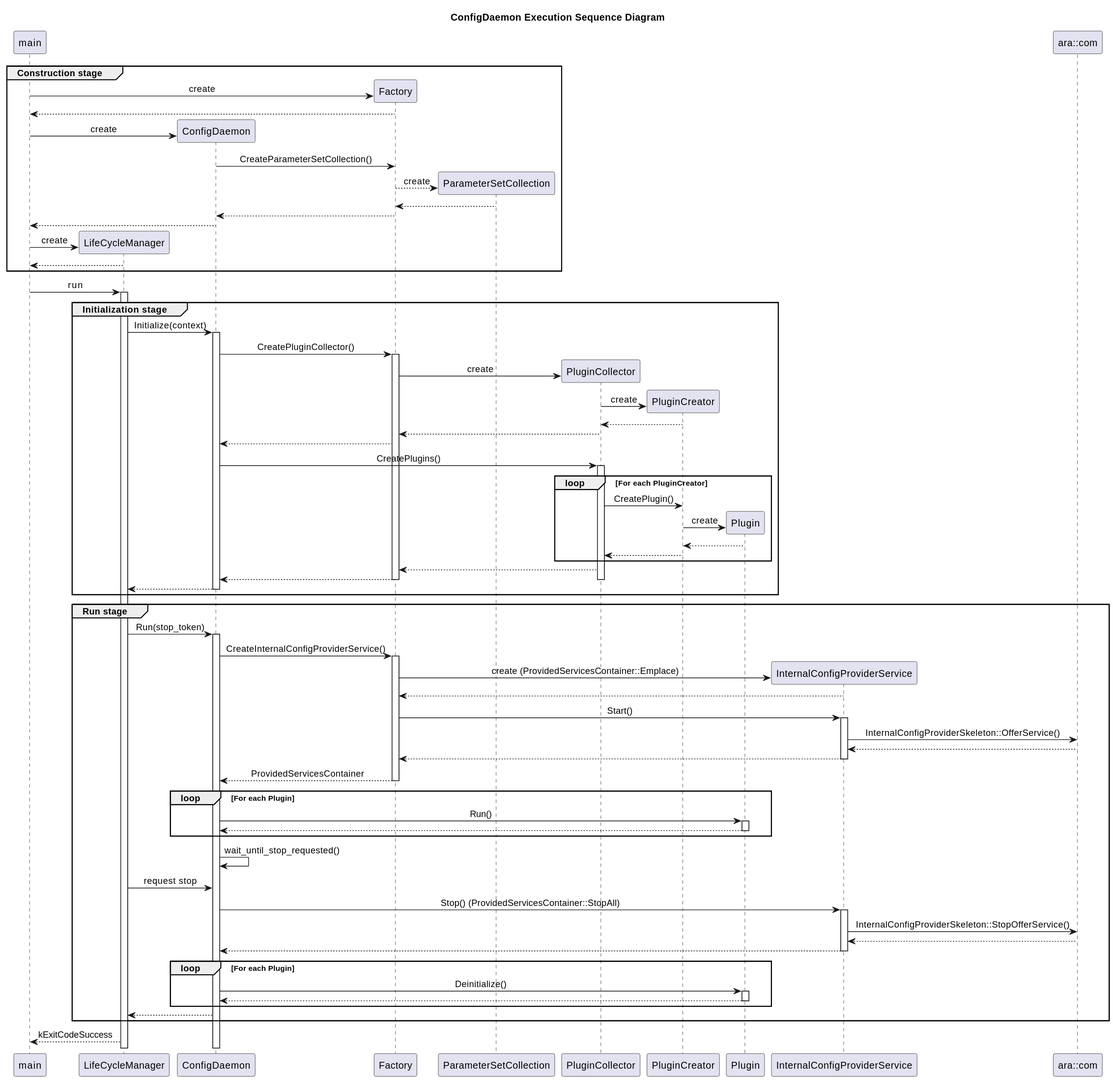
Earlier version of the PlantUML export score/config_management/config_daemon/detailed_design/sequence_diagrams/generated/svg/execution_sequence_diagram.svg (akritisingh1109/config_management).
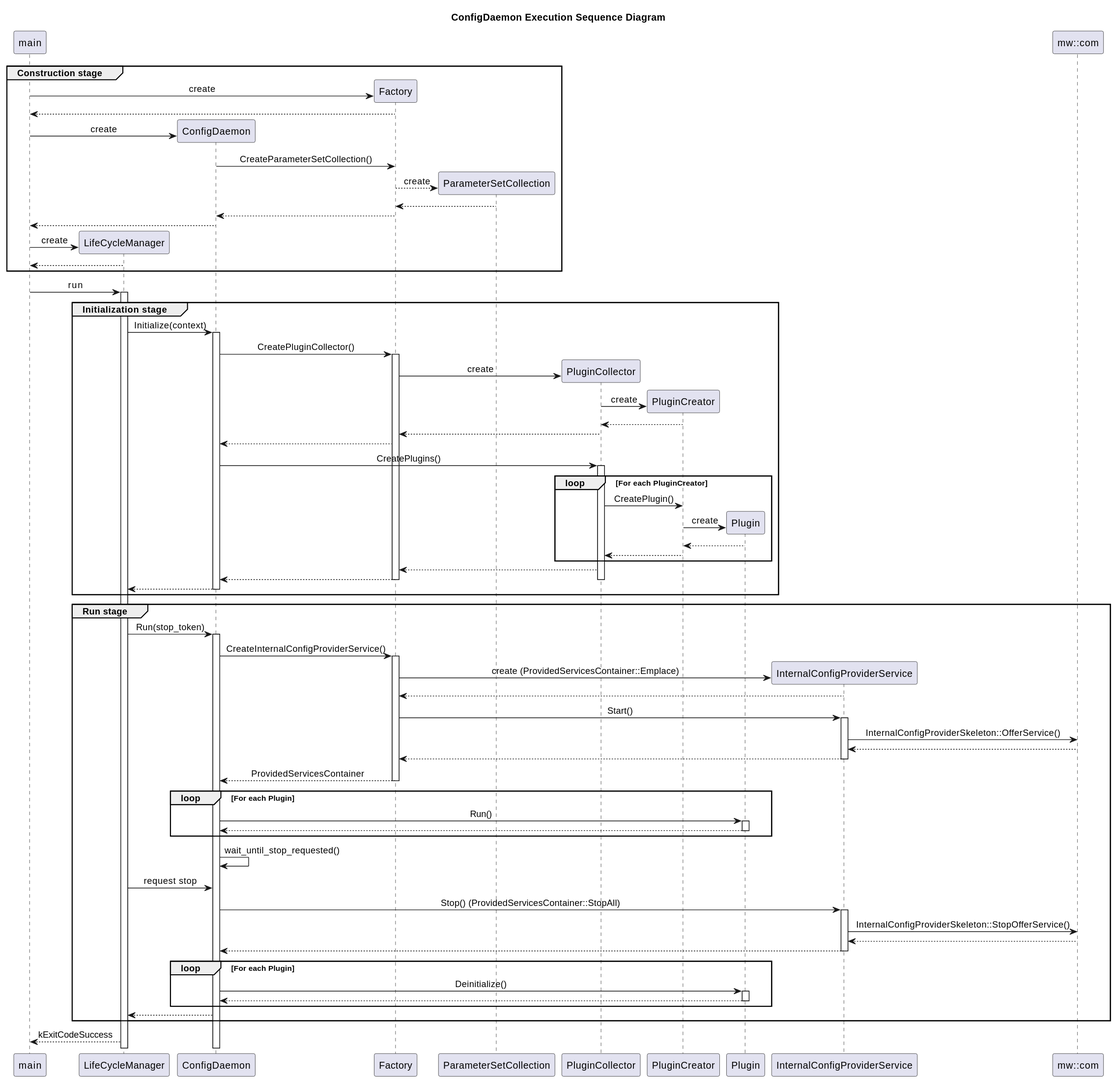
Later version of the same file.

What changed in the source:
```diff
@@ -11,7 +11,7 @@
 participant PluginCreator
 participant Plugin
 participant InternalConfigProviderService
-participant "ara::com" as ARA
+participant "mw::com" as COM
 
 group Construction stage
 create Factory
@@ -82,8 +82,8 @@
 InternalConfigProviderService --> Factory
 Factory -> InternalConfigProviderService : Start()
 activate InternalConfigProviderService
-InternalConfigProviderService -> ARA : InternalConfigProviderSkeleton::OfferService()
-ARA --> InternalConfigProviderService
+InternalConfigProviderService -> COM : InternalConfigProviderSkeleton::OfferService()
+COM --> InternalConfigProviderService
 InternalConfigProviderService --> Factory
 deactivate InternalConfigProviderService
 Factory --> ConfigDaemon : ProvidedServicesContainer
@@ -100,8 +100,8 @@
 LifeCycleManager -> ConfigDaemon: request stop
 ConfigDaemon -> InternalConfigProviderService : Stop() (ProvidedServicesContainer::StopAll)
 activate InternalConfigProviderService
-InternalConfigProviderService -> ARA : InternalConfigProviderSkeleton::StopOfferService()
-ARA --> InternalConfigProviderService
+InternalConfigProviderService -> COM : InternalConfigProviderSkeleton::StopOfferService()
+COM --> InternalConfigProviderService
 InternalConfigProviderService --> ConfigDaemon
 deactivate InternalConfigProviderService
 loop For each Plugin
```
